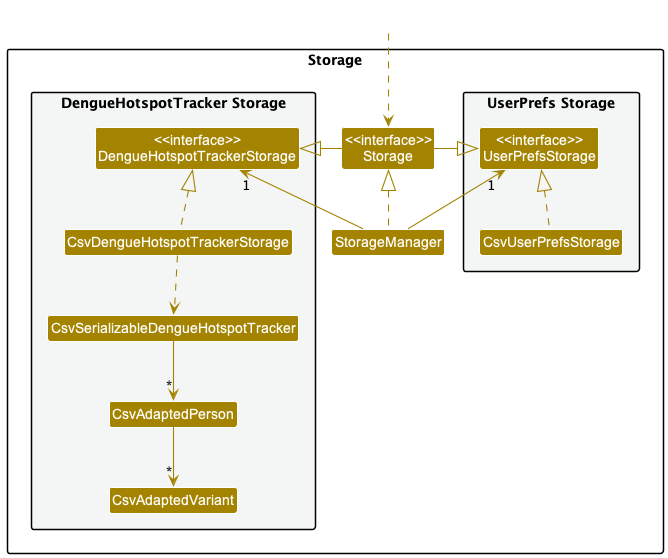
nus-cs2103-AY2223S2/tp keeps this PlantUML diagram as docs/images/StorageClassDiagram.png. Above is the earlier version.
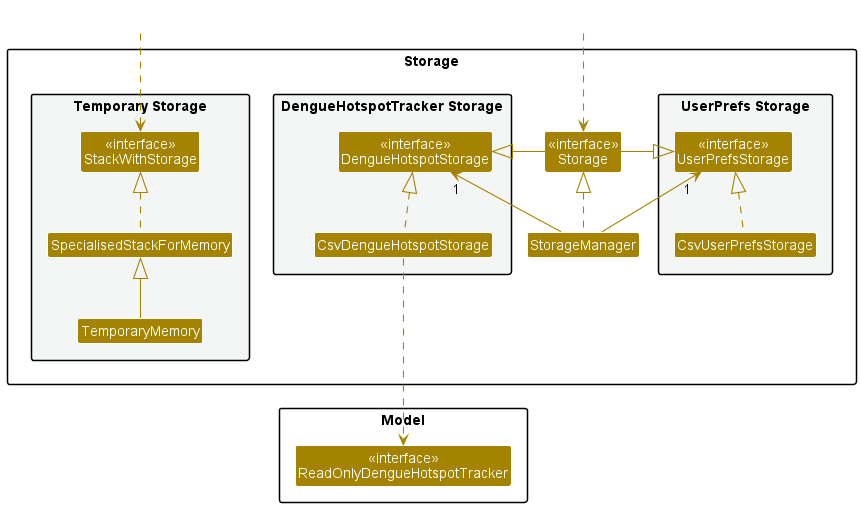
After the change.

Commit message:
Update Storage class diagram

Diff of the diagram source:
```diff
@@ -4,7 +4,7 @@
 skinparam arrowColor STORAGE_COLOR
 skinparam classBackgroundColor STORAGE_COLOR
 
-package Storage{
+package "Storage" as StoragePackage{
 
 package "UserPrefs Storage" #F4F6F6{
 Class "<<interface>>\nUserPrefsStorage" as UserPrefsStorage
@@ -15,29 +15,37 @@
 Class StorageManager
 
 package "DengueHotspotTracker Storage" #F4F6F6{
-Class "<<interface>>\nDengueHotspotTrackerStorage" as DengueHotspotTrackerStorage
-Class CsvDengueHotspotTrackerStorage
-Class CsvSerializableDengueHotspotTracker
-Class CsvAdaptedPerson
-Class CsvAdaptedVariant
+Class "<<interface>>\nDengueHotspotStorage" as DengueHotspotStorage
+Class CsvDengueHotspotStorage
 }
 
+package "Temporary Storage" #F4F6F6{
+Class SpecialisedStackForMemory
+Class "<<interface>>\nStackWithStorage" as StackWithStorage
+Class TemporaryMemory
+}
 }
 
-Class HiddenOutside #FFFFFF
-HiddenOutside ..> Storage
+package Model{
+Class "<<interface>>\nReadOnlyDengueHotspotTracker" as ReadOnlyDengueHotspotTracker
+}
+
+Class HiddenOutside1 #FFFFFF
+Class HiddenOutside2 #FFFFFF
+HiddenOutside1 ..> Storage
+HiddenOutside2 ..> StackWithStorage
 
 StorageManager .up.|> Storage
 StorageManager -up-> "1" UserPrefsStorage
-StorageManager -up-> "1" DengueHotspotTrackerStorage
+StorageManager -up-> "1" DengueHotspotStorage
 
 Storage -left-|> UserPrefsStorage
-Storage -right-|> DengueHotspotTrackerStorage
+Storage -right-|> DengueHotspotStorage
 
 CsvUserPrefsStorage .up.|> UserPrefsStorage
-CsvDengueHotspotTrackerStorage .up.|> DengueHotspotTrackerStorage
-CsvDengueHotspotTrackerStorage ..> CsvSerializableDengueHotspotTracker
-CsvSerializableDengueHotspotTracker --> "*" CsvAdaptedPerson
-CsvAdaptedPerson --> "*" CsvAdaptedVariant
+CsvDengueHotspotStorage .up.|> DengueHotspotStorage
+CsvDengueHotspotStorage .down..> ReadOnlyDengueHotspotTracker
 
+SpecialisedStackForMemory .up.|> StackWithStorage
+TemporaryMemory -up-|> SpecialisedStackForMemory
 @enduml
```
